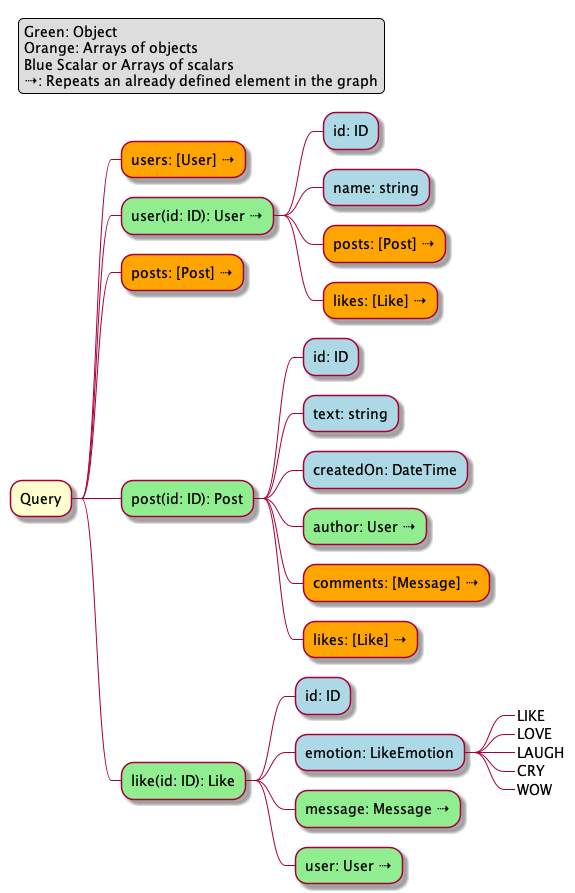
Adeynack/graphql_examples keeps this PlantUML diagram as out/schema_query/schema_query-1.png. Above is the earlier version.
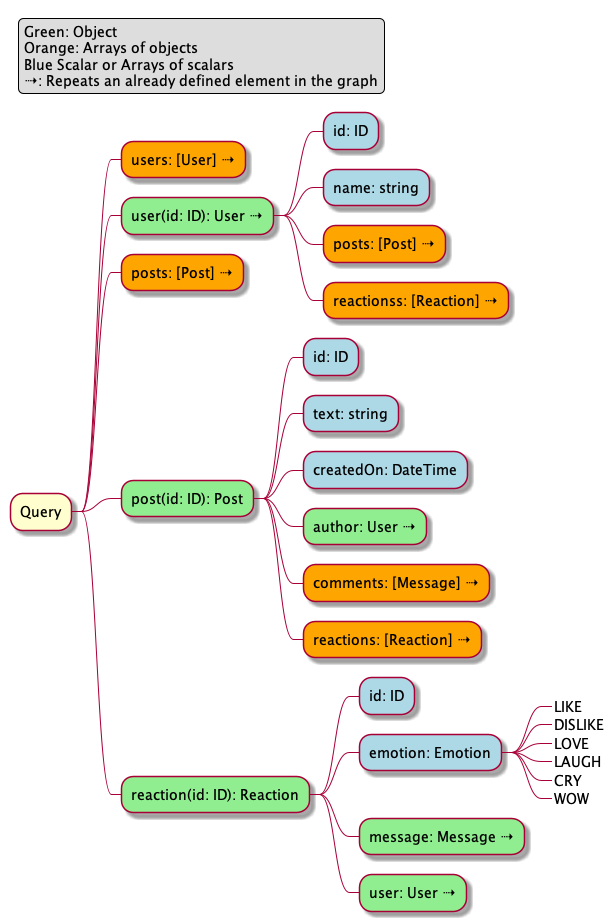
Above is the later version.

The edit, as a diff of the source:
```diff
@@ -6,7 +6,7 @@
 ***[#lightblue] id: ID
 ***[#lightblue] name: string
 ***[#orange] posts: [Post] ⇢
-***[#orange] likes: [Like] ⇢
+***[#orange] reactionss: [Reaction] ⇢
 **[#orange] posts: [Post] ⇢
 **[#lightgreen] post(id: ID): Post
 ***[#lightblue] id: ID
@@ -14,11 +14,12 @@
 ***[#lightblue] createdOn: DateTime
 ***[#lightgreen] author: User ⇢
 ***[#orange] comments: [Message] ⇢
-***[#orange] likes: [Like] ⇢
-**[#lightgreen] like(id: ID): Like
+***[#orange] reactions: [Reaction] ⇢
+**[#lightgreen] reaction(id: ID): Reaction
 ***[#lightblue] id: ID
-***[#lightblue] emotion: LikeEmotion
+***[#lightblue] emotion: Emotion
 ****_ LIKE
+****_ DISLIKE
 ****_ LOVE
 ****_ LAUGH
 ****_ CRY
```
